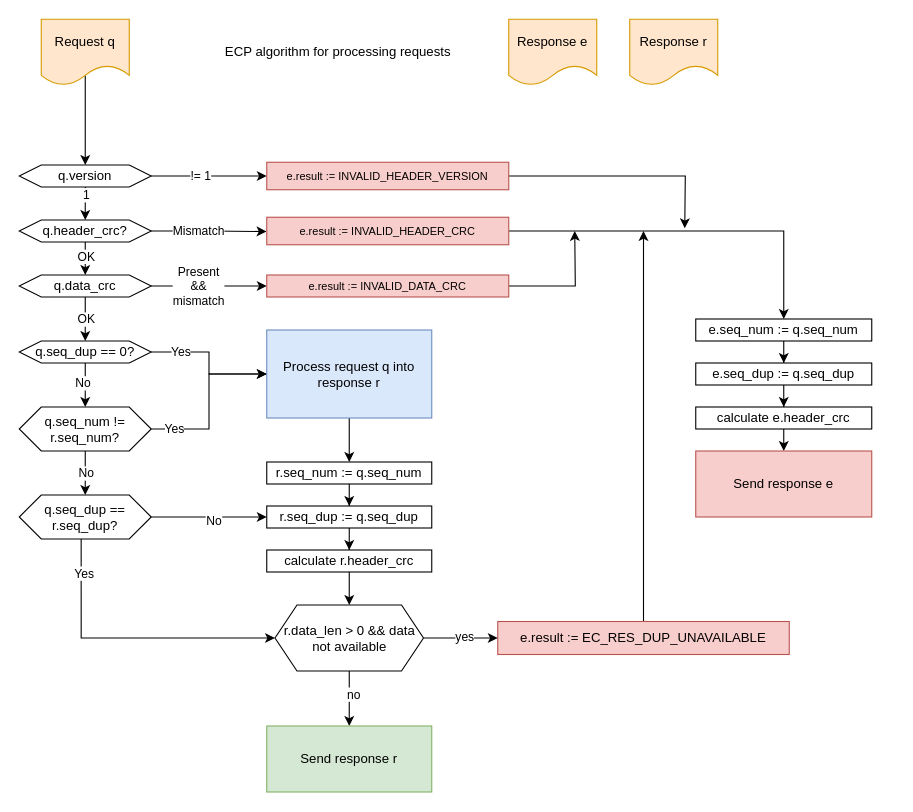
Earlier version of the draw.io diagram page "ECP->Host Flow" (2 of 10) of docs/ECP software arch.drawio (datapanelcorp/embedded-coprocessor). Source tidied: cells renumbered, new cells numbered last; positions are measured from the earlier drawing's top-left corner, leaving out a move shared by most shapes. Both pictures are drawn from the tidied source at 110%, with x=0, y=0 at pixel (19, 19).
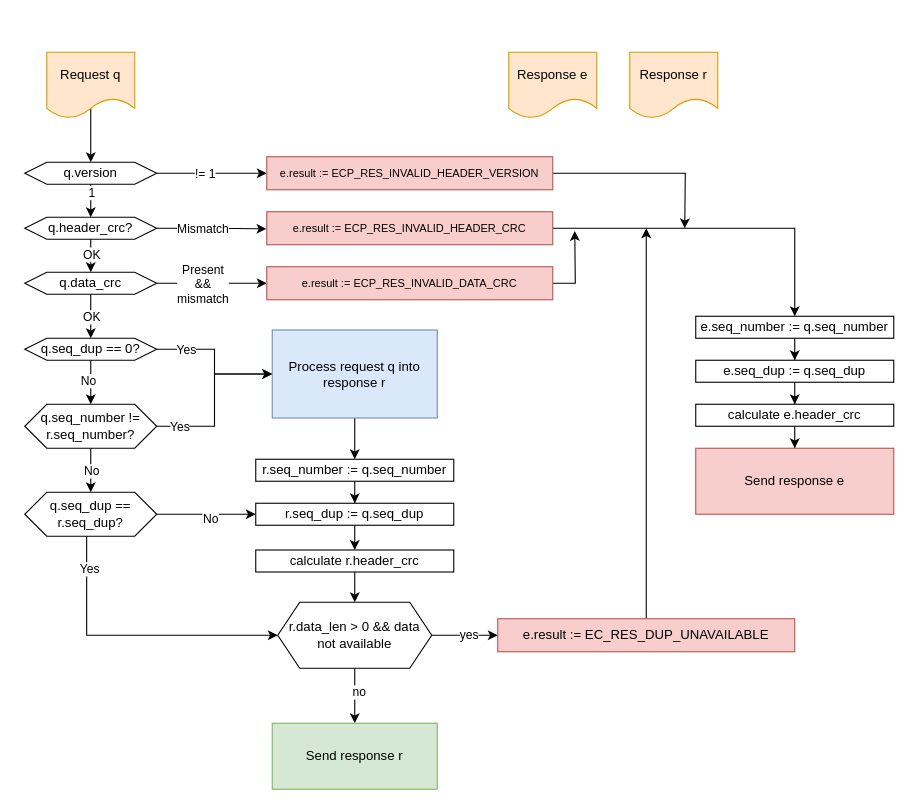
Above is the later version.

Change to the diagram source:
```diff
@@
     <mxCell id="5" value="q.header_crc?" style="shape=hexagon;perimeter=hexagonPerimeter2;whiteSpace=wrap;html=1;fixedSize=1;" parent="1" vertex="1">
-      <mxGeometry y="182.5" width="120" height="20" as="geometry" />
+      <mxGeometry x="5" y="180" width="120" height="20" as="geometry" />
     </mxCell>
@@
     <mxCell id="10" value="q.data_crc" style="shape=hexagon;perimeter=hexagonPerimeter2;whiteSpace=wrap;html=1;fixedSize=1;" parent="1" vertex="1">
-      <mxGeometry y="232.5" width="120" height="20" as="geometry" />
+      <mxGeometry x="5" y="230" width="120" height="20" as="geometry" />
     </mxCell>
@@
     <mxCell id="17" value="q.seq_dup == 0?" style="shape=hexagon;perimeter=hexagonPerimeter2;whiteSpace=wrap;html=1;fixedSize=1;" parent="1" vertex="1">
-      <mxGeometry y="292.5" width="120" height="20" as="geometry" />
+      <mxGeometry x="5" y="290" width="120" height="20" as="geometry" />
     </mxCell>
-    <mxCell id="18" value="ECP algorithm for processing requests" style="text;html=1;strokeColor=none;fillColor=none;align=center;verticalAlign=middle;whiteSpace=wrap;rounded=0;" parent="1" vertex="1">
-      <mxGeometry x="155" y="20" width="270" height="20" as="geometry" />
-    </mxCell>
@@
-    <mxCell id="20" value="e.result := INVALID_HEADER_CRC" style="rounded=0;whiteSpace=wrap;html=1;fillColor=#f8cecc;strokeColor=#b85450;fontSize=10;" parent="1" vertex="1">
-      <mxGeometry x="225" y="180" width="220" height="25" as="geometry" />
+    <mxCell id="20" value="e.result := ECP_RES_INVALID_HEADER_CRC" style="rounded=0;whiteSpace=wrap;html=1;fillColor=#f8cecc;strokeColor=#b85450;fontSize=10;" parent="1" vertex="1">
+      <mxGeometry x="225" y="175" width="260" height="30" as="geometry" />
     </mxCell>
@@
-    <mxCell id="22" value="e.result := INVALID_DATA_CRC" style="rounded=0;whiteSpace=wrap;html=1;fillColor=#f8cecc;strokeColor=#b85450;fontSize=10;" parent="1" vertex="1">
-      <mxGeometry x="225" y="232.5" width="220" height="20" as="geometry" />
+    <mxCell id="22" value="e.result := ECP_RES_INVALID_DATA_CRC" style="rounded=0;whiteSpace=wrap;html=1;fillColor=#f8cecc;strokeColor=#b85450;fontSize=10;" parent="1" vertex="1">
+      <mxGeometry x="225" y="225" width="260" height="30" as="geometry" />
     </mxCell>
@@
-    <mxCell id="24" value="r.seq_num := q.seq_num" style="rounded=0;whiteSpace=wrap;html=1;" parent="1" vertex="1">
-      <mxGeometry x="225" y="402.5" width="150" height="20" as="geometry" />
+    <mxCell id="24" value="r.seq_number := q.seq_number" style="rounded=0;whiteSpace=wrap;html=1;" parent="1" vertex="1">
+      <mxGeometry x="215" y="400" width="180" height="20" as="geometry" />
     </mxCell>
@@
     <mxCell id="26" value="r.seq_dup := q.seq_dup" style="rounded=0;whiteSpace=wrap;html=1;" parent="1" vertex="1">
-      <mxGeometry x="225" y="442.5" width="150" height="20" as="geometry" />
+      <mxGeometry x="215" y="440" width="180" height="20" as="geometry" />
     </mxCell>
@@
     <mxCell id="28" value="calculate r.header_crc" style="rounded=0;whiteSpace=wrap;html=1;" parent="1" vertex="1">
-      <mxGeometry x="225" y="482.5" width="150" height="20" as="geometry" />
+      <mxGeometry x="215" y="482.5" width="180" height="20" as="geometry" />
     </mxCell>
     <mxCell id="29" style="edgeStyle=orthogonalEdgeStyle;rounded=0;jettySize=auto;html=1;" parent="1" edge="1" source="30">
       <mxGeometry relative="1" as="geometry">
-        <mxPoint x="567.5" y="192.5" as="targetPoint" />
+        <mxPoint x="570" y="190" as="targetPoint" />
       </mxGeometry>
     </mxCell>
     <mxCell id="30" value="e.result := EC_RES_DUP_UNAVAILABLE" style="rounded=0;whiteSpace=wrap;html=1;fillColor=#f8cecc;strokeColor=#b85450;" parent="1" vertex="1">
-      <mxGeometry x="435" y="547.5" width="265" height="30" as="geometry" />
+      <mxGeometry x="435" y="545" width="270" height="30" as="geometry" />
     </mxCell>
@@
-    <mxCell id="32" value="e.seq_num := q.seq_num" style="rounded=0;whiteSpace=wrap;html=1;" parent="1" vertex="1">
-      <mxGeometry x="615" y="272.5" width="160" height="20" as="geometry" />
+    <mxCell id="32" value="e.seq_number := q.seq_number" style="rounded=0;whiteSpace=wrap;html=1;" parent="1" vertex="1">
+      <mxGeometry x="615" y="270" width="180" height="20" as="geometry" />
     </mxCell>
@@
     <mxCell id="34" value="e.seq_dup := q.seq_dup" style="rounded=0;whiteSpace=wrap;html=1;" parent="1" vertex="1">
-      <mxGeometry x="615" y="312.5" width="160" height="20" as="geometry" />
+      <mxGeometry x="615" y="310" width="180" height="20" as="geometry" />
     </mxCell>
-    <mxCell id="35" style="edgeStyle=orthogonalEdgeStyle;rounded=0;jettySize=auto;html=1;entryX=0.5;entryY=0;entryDx=0;entryDy=0;" parent="1" edge="1" source="36">
-      <mxGeometry relative="1" as="geometry">
-        <mxPoint x="695" y="392.5" as="targetPoint" />
-      </mxGeometry>
+    <mxCell id="35" style="edgeStyle=orthogonalEdgeStyle;rounded=0;jettySize=auto;html=1;entryX=0.5;entryY=0;entryDx=0;entryDy=0;" parent="1" edge="1" source="36" target="58">
+      <mxGeometry relative="1" as="geometry" />
     </mxCell>
     <mxCell id="36" value="calculate e.header_crc" style="rounded=0;whiteSpace=wrap;html=1;" parent="1" vertex="1">
-      <mxGeometry x="615" y="352.5" width="160" height="20" as="geometry" />
+      <mxGeometry x="615" y="350" width="180" height="20" as="geometry" />
     </mxCell>
@@
     <mxCell id="41" value="r.data_len &amp;gt; 0 &amp;amp;&amp;amp; data not available" style="shape=hexagon;perimeter=hexagonPerimeter2;whiteSpace=wrap;html=1;fixedSize=1;" parent="1" vertex="1">
-      <mxGeometry x="232.5" y="532.5" width="135" height="60" as="geometry" />
+      <mxGeometry x="235" y="530" width="140" height="60" as="geometry" />
     </mxCell>
     <mxCell id="42" value="Send response r" style="rounded=0;whiteSpace=wrap;html=1;fillColor=#d5e8d4;strokeColor=#82b366;" parent="1" vertex="1">
-      <mxGeometry x="225" y="642.5" width="150" height="60" as="geometry" />
+      <mxGeometry x="230" y="640" width="150" height="60" as="geometry" />
     </mxCell>
@@
     <mxCell id="44" value="Process request q into response r" style="rounded=0;whiteSpace=wrap;html=1;fillColor=#dae8fc;strokeColor=#6c8ebf;" parent="1" vertex="1">
-      <mxGeometry x="225" y="282.5" width="150" height="80" as="geometry" />
+      <mxGeometry x="230" y="282.5" width="150" height="80" as="geometry" />
     </mxCell>
@@
-    <mxCell id="49" value="q.seq_num != r.seq_num?" style="shape=hexagon;perimeter=hexagonPerimeter2;whiteSpace=wrap;html=1;fixedSize=1;" parent="1" vertex="1">
-      <mxGeometry y="352.5" width="120" height="40" as="geometry" />
+    <mxCell id="49" value="q.seq_number != r.seq_number?" style="shape=hexagon;perimeter=hexagonPerimeter2;whiteSpace=wrap;html=1;fixedSize=1;" parent="1" vertex="1">
+      <mxGeometry x="5" y="350" width="120" height="40" as="geometry" />
     </mxCell>
@@
     <mxCell id="54" value="q.seq_dup == r.seq_dup?" style="shape=hexagon;perimeter=hexagonPerimeter2;whiteSpace=wrap;html=1;fixedSize=1;" parent="1" vertex="1">
-      <mxGeometry y="432.5" width="120" height="40" as="geometry" />
+      <mxGeometry x="5" y="430" width="120" height="40" as="geometry" />
     </mxCell>
     <mxCell id="55" value="Request q" style="shape=document;whiteSpace=wrap;html=1;boundedLbl=1;fillColor=#ffe6cc;strokeColor=#d79b00;" parent="1" vertex="1">
-      <mxGeometry x="20" width="80" height="60" as="geometry" />
+      <mxGeometry x="25" y="30" width="80" height="60" as="geometry" />
     </mxCell>
     <mxCell id="56" value="Response e" style="shape=document;whiteSpace=wrap;html=1;boundedLbl=1;fillColor=#ffe6cc;strokeColor=#d79b00;" parent="1" vertex="1">
-      <mxGeometry x="445" width="80" height="60" as="geometry" />
+      <mxGeometry x="445" y="30" width="80" height="60" as="geometry" />
     </mxCell>
     <mxCell id="57" value="Response r" style="shape=document;whiteSpace=wrap;html=1;boundedLbl=1;fillColor=#ffe6cc;strokeColor=#d79b00;" parent="1" vertex="1">
-      <mxGeometry x="555" width="80" height="60" as="geometry" />
+      <mxGeometry x="555" y="30" width="80" height="60" as="geometry" />
     </mxCell>
     <mxCell id="58" value="Send response e" style="rounded=0;whiteSpace=wrap;html=1;fillColor=#f8cecc;strokeColor=#b85450;" parent="1" vertex="1">
-      <mxGeometry x="615" y="392.5" width="160" height="60" as="geometry" />
+      <mxGeometry x="615" y="390" width="180" height="60" as="geometry" />
     </mxCell>
@@
     <mxCell id="63" value="q.version" style="shape=hexagon;perimeter=hexagonPerimeter2;whiteSpace=wrap;html=1;fixedSize=1;" parent="1" vertex="1">
-      <mxGeometry y="132.5" width="120" height="20" as="geometry" />
+      <mxGeometry x="5" y="130" width="120" height="20" as="geometry" />
     </mxCell>
@@
-    <mxCell id="65" value="e.result := INVALID_HEADER_VERSION" style="rounded=0;whiteSpace=wrap;html=1;fillColor=#f8cecc;strokeColor=#b85450;fontSize=10;" parent="1" vertex="1">
-      <mxGeometry x="225" y="130" width="220" height="25" as="geometry" />
+    <mxCell id="65" value="e.result := ECP_RES_INVALID_HEADER_VERSION" style="rounded=0;whiteSpace=wrap;html=1;fillColor=#f8cecc;strokeColor=#b85450;fontSize=10;" parent="1" vertex="1">
+      <mxGeometry x="225" y="125" width="260" height="30" as="geometry" />
     </mxCell>
```
